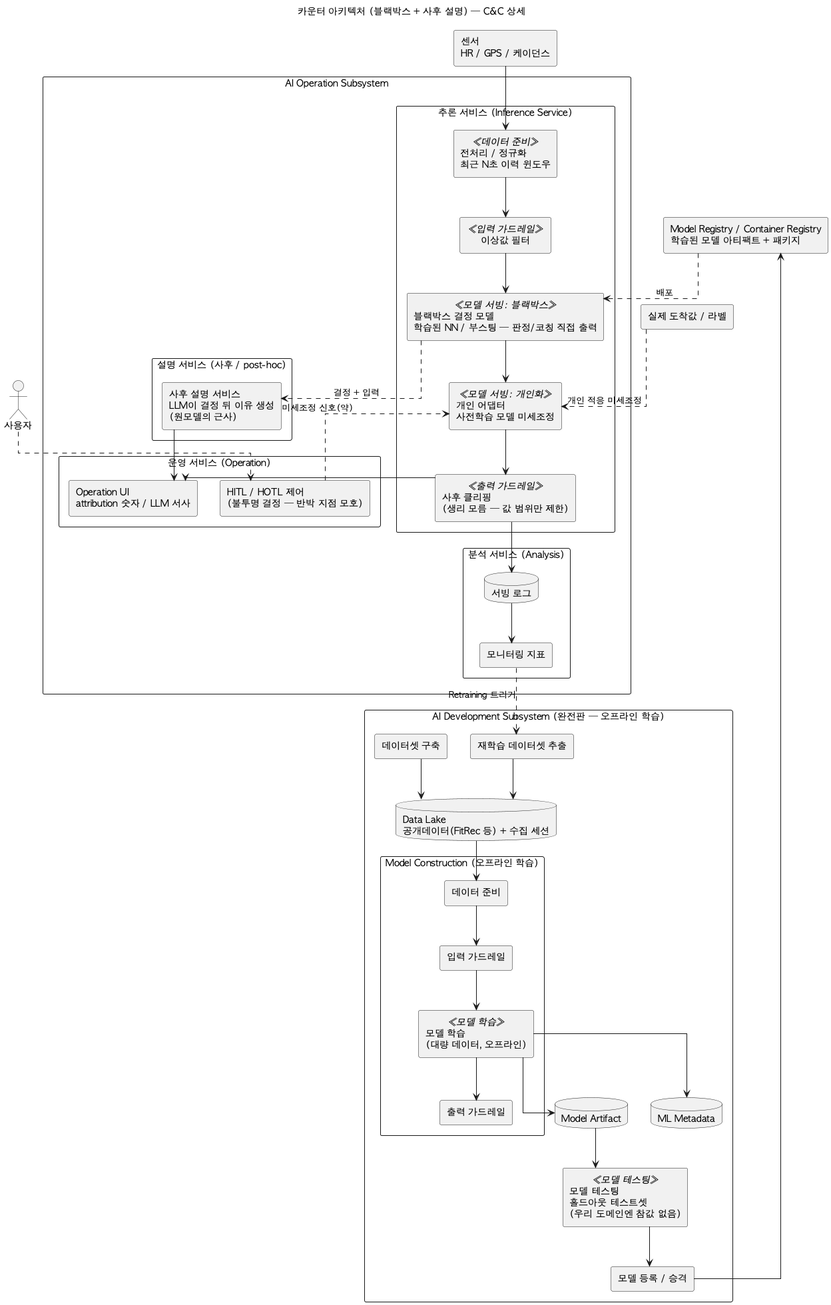
Above: arch/diagrams/04-counter-component-cnc.png in tenyearslove/zone2runner (PlantUML), before the change.
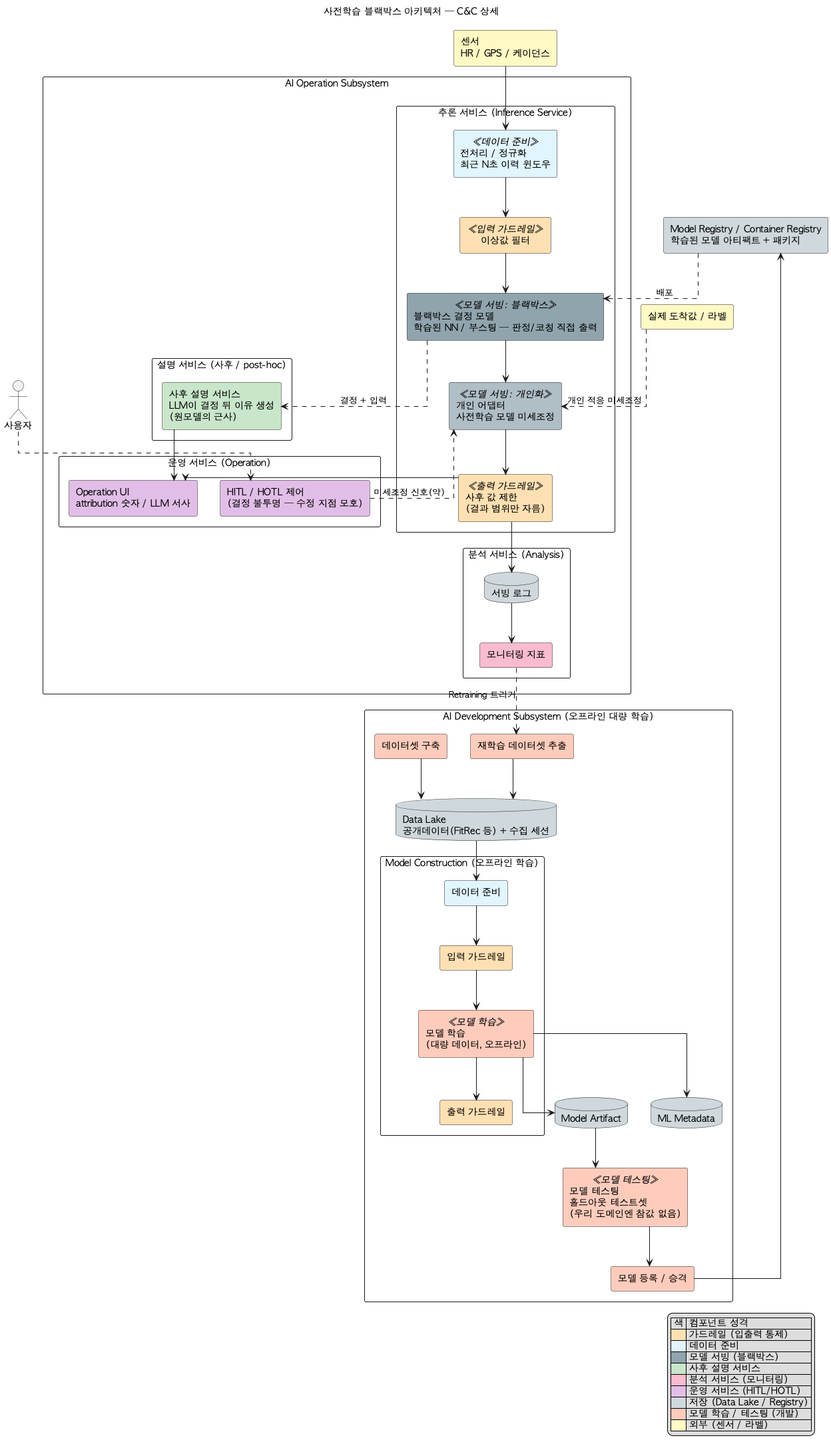
The same file after the commit.

Change to the diagram source:
```diff
@@ -1,5 +1,5 @@
 @startuml
-title 카운터 아키텍처 (블랙박스 + 사후 설명) — C&C 상세
+title 사전학습 블랙박스 아키텍처 — C&C 상세
 skinparam defaultFontName "AppleGothic"
 skinparam componentStyle rectangle
 skinparam shadowing false
@@ -7,55 +7,55 @@
 skinparam linetype ortho
 
 actor "사용자" as User
-component "센서\nHR / GPS / 케이던스" as Sensors
-component "실제 도착값 / 라벨" as H
+component "센서\nHR / GPS / 케이던스" as Sensors #FFF9C4
+component "실제 도착값 / 라벨" as H #FFF9C4
 
 package "AI Operation Subsystem" {
 
   package "추론 서비스 (Inference Service)" as INF {
-    component "전처리 / 정규화\n최근 N초 이력 윈도우" <<데이터 준비>> as PRE
-    component "이상값 필터" <<입력 가드레일>> as IG
-    component "블랙박스 결정 모델\n학습된 NN / 부스팅 — 판정/코칭 직접 출력" <<모델 서빙: 블랙박스>> as MODEL
-    component "개인 어댑터\n사전학습 모델 미세조정" <<모델 서빙: 개인화>> as ADAPTER
-    component "사후 클리핑\n(생리 모름 — 값 범위만 제한)" <<출력 가드레일>> as OG
+    component "전처리 / 정규화\n최근 N초 이력 윈도우" <<데이터 준비>> as PRE #E1F5FE
+    component "이상값 필터" <<입력 가드레일>> as IG #FFE0B2
+    component "블랙박스 결정 모델\n학습된 NN / 부스팅 — 판정/코칭 직접 출력" <<모델 서빙: 블랙박스>> as MODEL #90A4AE
+    component "개인 어댑터\n사전학습 모델 미세조정" <<모델 서빙: 개인화>> as ADAPTER #B0BEC5
+    component "사후 값 제한\n(결과 범위만 자름)" <<출력 가드레일>> as OG #FFE0B2
   }
 
   package "설명 서비스 (사후 / post-hoc)" as EXP {
-    component "사후 설명 서비스\nLLM이 결정 뒤 이유 생성\n(원모델의 근사)" as POST
+    component "사후 설명 서비스\nLLM이 결정 뒤 이유 생성\n(원모델의 근사)" as POST #C8E6C9
   }
 
   package "분석 서비스 (Analysis)" as ANASVC {
-    database "서빙 로그" as SLOG
-    component "모니터링 지표" as MON
+    database "서빙 로그" as SLOG #CFD8DC
+    component "모니터링 지표" as MON #F8BBD0
   }
 
   package "운영 서비스 (Operation)" as OPSVC {
-    component "Operation UI\nattribution 숫자 / LLM 서사" as UI
-    component "HITL / HOTL 제어\n(불투명 결정 — 반박 지점 모호)" as CTRL
+    component "Operation UI\nattribution 숫자 / LLM 서사" as UI #E1BEE7
+    component "HITL / HOTL 제어\n(결정 불투명 — 수정 지점 모호)" as CTRL #E1BEE7
   }
 }
 
-package "AI Development Subsystem (완전판 — 오프라인 학습)" as DEV {
-  component "데이터셋 구축" as DSET
-  database "Data Lake\n공개데이터(FitRec 등) + 수집 세션" as DLAKE
-  component "재학습 데이터셋 추출" as REEX
+package "AI Development Subsystem (오프라인 대량 학습)" as DEV {
+  component "데이터셋 구축" as DSET #FFCCBC
+  database "Data Lake\n공개데이터(FitRec 등) + 수집 세션" as DLAKE #CFD8DC
+  component "재학습 데이터셋 추출" as REEX #FFCCBC
 
   package "Model Construction (오프라인 학습)" as MC {
-    component "데이터 준비" as MPREP
-    component "입력 가드레일" as MIG
-    component "모델 학습\n(대량 데이터, 오프라인)" <<모델 학습>> as TRAIN
-    component "출력 가드레일" as MOG
+    component "데이터 준비" as MPREP #E1F5FE
+    component "입력 가드레일" as MIG #FFE0B2
+    component "모델 학습\n(대량 데이터, 오프라인)" <<모델 학습>> as TRAIN #FFCCBC
+    component "출력 가드레일" as MOG #FFE0B2
     MPREP --> MIG
     MIG --> TRAIN
     TRAIN --> MOG
   }
-  database "Model Artifact" as MART
-  database "ML Metadata" as MMETA
-  component "모델 테스팅\n홀드아웃 테스트셋\n(우리 도메인엔 참값 없음)" <<모델 테스팅>> as MTEST
-  component "모델 등록 / 승격" as MPROM
+  database "Model Artifact" as MART #CFD8DC
+  database "ML Metadata" as MMETA #CFD8DC
+  component "모델 테스팅\n홀드아웃 테스트셋\n(우리 도메인엔 참값 없음)" <<모델 테스팅>> as MTEST #FFCCBC
+  component "모델 등록 / 승격" as MPROM #FFCCBC
 }
 
-component "Model Registry / Container Registry\n학습된 모델 아티팩트 + 패키지" as REG
+component "Model Registry / Container Registry\n학습된 모델 아티팩트 + 패키지" as REG #CFD8DC
 
 Sensors --> PRE
 PRE --> IG
@@ -82,4 +82,17 @@
 H ..> ADAPTER : 개인 적응 미세조정
 MON ..> REEX : Retraining 트리거
 REEX --> DLAKE
+
+legend right
+|= 색 |= 컴포넌트 성격 |
+|<#FFE0B2>| 가드레일 (입출력 통제) |
+|<#E1F5FE>| 데이터 준비 |
+|<#90A4AE>| 모델 서빙 (블랙박스) |
+|<#C8E6C9>| 사후 설명 서비스 |
+|<#F8BBD0>| 분석 서비스 (모니터링) |
+|<#E1BEE7>| 운영 서비스 (HITL/HOTL) |
+|<#CFD8DC>| 저장 (Data Lake / Registry) |
+|<#FFCCBC>| 모델 학습 / 테스팅 (개발) |
+|<#FFF9C4>| 외부 (센서 / 라벨) |
+endlegend
 @enduml
```
